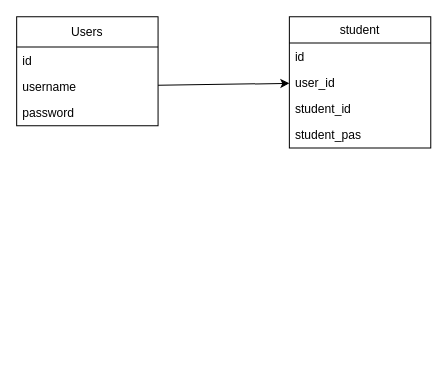
fuki01/foodManager keeps this draw.io diagram as database.drawio. Above is the earlier version. Source tidied: cells renumbered, new cells numbered last; positions are measured from the earlier drawing's top-left corner, leaving out a move shared by most shapes. Both pictures are drawn from the tidied source at 101%, with x=0, y=0 at pixel (16, 16).
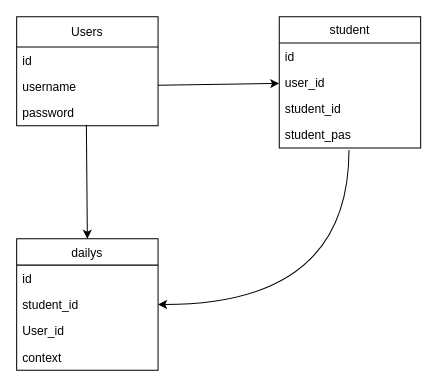
The same page after the edit.

Unchanged cells that the change refers to:
```xml
<mxCell id="4" value="username" style="text;strokeColor=none;fillColor=none;align=left;verticalAlign=top;spacingLeft=4;spacingRight=4;overflow=hidden;points=[[0,0.5],[1,0.5]];portConstraint=eastwest;" parent="2" vertex="1">
  <mxGeometry y="56" width="140" height="26" as="geometry" />
</mxCell>
<mxCell id="5" value="password" style="text;strokeColor=none;fillColor=none;align=left;verticalAlign=top;spacingLeft=4;spacingRight=4;overflow=hidden;points=[[0,0.5],[1,0.5]];portConstraint=eastwest;" parent="2" vertex="1">
  <mxGeometry y="82" width="140" height="26" as="geometry" />
</mxCell>
<mxCell id="8" value="user_id" style="text;strokeColor=none;fillColor=none;align=left;verticalAlign=top;spacingLeft=4;spacingRight=4;overflow=hidden;points=[[0,0.5],[1,0.5]];portConstraint=eastwest;" parent="6" vertex="1">
  <mxGeometry y="52" width="140" height="26" as="geometry" />
</mxCell>
<mxCell id="10" value="student_pas" style="text;strokeColor=none;fillColor=none;align=left;verticalAlign=top;spacingLeft=4;spacingRight=4;overflow=hidden;points=[[0,0.5],[1,0.5]];portConstraint=eastwest;" parent="6" vertex="1">
  <mxGeometry y="104" width="140" height="26" as="geometry" />
</mxCell>
```

Change to the diagram source:
```diff
@@
     <mxCell id="6" value="student" style="swimlane;fontStyle=0;horizontal=1;startSize=26;" parent="1" vertex="1">
-      <mxGeometry x="270" width="140" height="130" as="geometry" />
+      <mxGeometry x="260" width="140" height="130" as="geometry" />
     </mxCell>
@@
-    <mxCell id="11" style="edgeStyle=none;html=1;" parent="1" edge="1" source="4" target="8">
+    <mxCell id="11" style="edgeStyle=none;html=1;curved=1;" parent="1" edge="1" source="4" target="8">
       <mxGeometry relative="1" as="geometry" />
     </mxCell>
+    <mxCell id="12" style="edgeStyle=orthogonalEdgeStyle;html=1;entryX=0.493;entryY=1.077;entryDx=0;entryDy=0;entryPerimeter=0;exitX=1;exitY=0.5;exitDx=0;exitDy=0;curved=1;startArrow=classic;startFill=1;endArrow=none;endFill=0;" parent="1" edge="1" source="15" target="10">
+      <mxGeometry relative="1" as="geometry">
+        <Array as="points">
+          <mxPoint x="329" y="285" />
+        </Array>
+      </mxGeometry>
+    </mxCell>
+    <mxCell id="13" value="dailys" style="swimlane;fontStyle=0;horizontal=1;startSize=26;" parent="1" vertex="1">
+      <mxGeometry y="220" width="140" height="130" as="geometry" />
+    </mxCell>
+    <mxCell id="14" value="id" style="text;strokeColor=none;fillColor=none;align=left;verticalAlign=top;spacingLeft=4;spacingRight=4;overflow=hidden;" parent="13" vertex="1">
+      <mxGeometry y="26" width="140" height="26" as="geometry" />
+    </mxCell>
+    <mxCell id="15" value="student_id" style="text;strokeColor=none;fillColor=none;align=left;verticalAlign=top;spacingLeft=4;spacingRight=4;overflow=hidden;points=[[0,0.5],[1,0.5]];portConstraint=eastwest;" parent="13" vertex="1">
+      <mxGeometry y="52" width="140" height="26" as="geometry" />
+    </mxCell>
+    <mxCell id="16" value="User_id" style="text;strokeColor=none;fillColor=none;align=left;verticalAlign=top;spacingLeft=4;spacingRight=4;overflow=hidden;" parent="13" vertex="1">
+      <mxGeometry y="78" width="140" height="26" as="geometry" />
+    </mxCell>
+    <mxCell id="17" value="context" style="text;strokeColor=none;fillColor=none;align=left;verticalAlign=top;spacingLeft=4;spacingRight=4;overflow=hidden;" parent="13" vertex="1">
+      <mxGeometry y="104" width="140" height="26" as="geometry" />
+    </mxCell>
+    <mxCell id="18" style="edgeStyle=none;html=1;entryX=0.5;entryY=0;entryDx=0;entryDy=0;exitX=0.493;exitY=0.962;exitDx=0;exitDy=0;exitPerimeter=0;curved=1;" parent="1" edge="1" source="5" target="13">
+      <mxGeometry relative="1" as="geometry" />
+    </mxCell>
```
